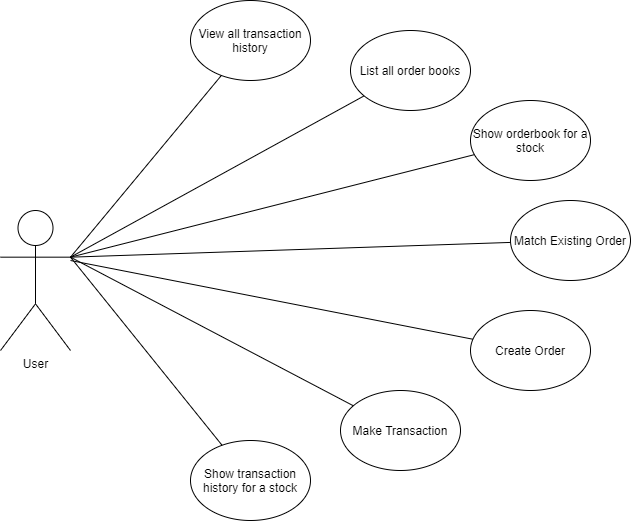
Above: Diagrams/User_Use_View_Diagram_Orderbook.png in RLaraIII/Simple_Orderbook_Application (draw.io), before the change. Source tidied: cells renumbered, new cells last; positions are measured from the earlier drawing's top-left corner, leaving out a move shared by most shapes. Its diagram source:
```xml
<mxGraphModel>
  <root>
    <mxCell id="0" />
    <mxCell id="1" parent="0" />
    <mxCell id="2" value="User" style="shape=umlActor;verticalLabelPosition=bottom;verticalAlign=top;html=1;outlineConnect=0;" parent="1" vertex="1">
      <mxGeometry y="210" width="70" height="140" as="geometry" />
    </mxCell>
    <mxCell id="3" value="Match Existing Order" style="ellipse;whiteSpace=wrap;html=1;" parent="1" vertex="1">
      <mxGeometry x="510" y="200" width="120" height="80" as="geometry" />
    </mxCell>
    <mxCell id="4" value="Create Order" style="ellipse;whiteSpace=wrap;html=1;" parent="1" vertex="1">
      <mxGeometry x="470" y="310" width="120" height="80" as="geometry" />
    </mxCell>
    <mxCell id="5" value="Make Transaction" style="ellipse;whiteSpace=wrap;html=1;" parent="1" vertex="1">
      <mxGeometry x="340" y="390" width="120" height="80" as="geometry" />
    </mxCell>
    <mxCell id="6" value="List all order books" style="ellipse;whiteSpace=wrap;html=1;" parent="1" vertex="1">
      <mxGeometry x="350" y="30" width="120" height="80" as="geometry" />
    </mxCell>
    <mxCell id="7" value="Show orderbook for a stock" style="ellipse;whiteSpace=wrap;html=1;" parent="1" vertex="1">
      <mxGeometry x="470" y="100" width="120" height="80" as="geometry" />
    </mxCell>
    <mxCell id="8" value="Show transaction history for a stock" style="ellipse;whiteSpace=wrap;html=1;" parent="1" vertex="1">
      <mxGeometry x="190" y="440" width="120" height="80" as="geometry" />
    </mxCell>
    <mxCell id="9" style="endArrow=none;html=1;entryX=1;entryY=0.3333333333333333;entryDx=0;entryDy=0;entryPerimeter=0;" parent="1" edge="1" source="6" target="2">
      <mxGeometry relative="1" as="geometry" />
    </mxCell>
    <mxCell id="10" value="View all transaction history" style="ellipse;whiteSpace=wrap;html=1;" parent="1" vertex="1">
      <mxGeometry x="190" width="120" height="80" as="geometry" />
    </mxCell>
    <mxCell id="11" style="endArrow=none;html=1;exitX=1;exitY=0.3333333333333333;exitDx=0;exitDy=0;exitPerimeter=0;" parent="1" edge="1" source="2" target="10">
      <mxGeometry relative="1" as="geometry" />
    </mxCell>
    <mxCell id="12" style="endArrow=none;html=1;entryX=1;entryY=0.3333333333333333;entryDx=0;entryDy=0;entryPerimeter=0;" parent="1" edge="1" source="8" target="2">
      <mxGeometry relative="1" as="geometry" />
    </mxCell>
    <mxCell id="13" style="endArrow=none;html=1;exitX=1;exitY=0.3333333333333333;exitDx=0;exitDy=0;exitPerimeter=0;" parent="1" edge="1" source="2" target="5">
      <mxGeometry relative="1" as="geometry" />
    </mxCell>
    <mxCell id="14" style="endArrow=none;html=1;" parent="1" edge="1" target="4">
      <mxGeometry relative="1" as="geometry">
        <mxPoint x="70" y="260" as="sourcePoint" />
      </mxGeometry>
    </mxCell>
    <mxCell id="15" style="endArrow=none;html=1;exitX=1;exitY=0.3333333333333333;exitDx=0;exitDy=0;exitPerimeter=0;" parent="1" edge="1" source="2" target="3">
      <mxGeometry relative="1" as="geometry" />
    </mxCell>
    <mxCell id="16" style="endArrow=none;html=1;exitX=1;exitY=0.3333333333333333;exitDx=0;exitDy=0;exitPerimeter=0;" parent="1" edge="1" source="2" target="7">
      <mxGeometry relative="1" as="geometry" />
    </mxCell>
  </root>
</mxGraphModel>
```
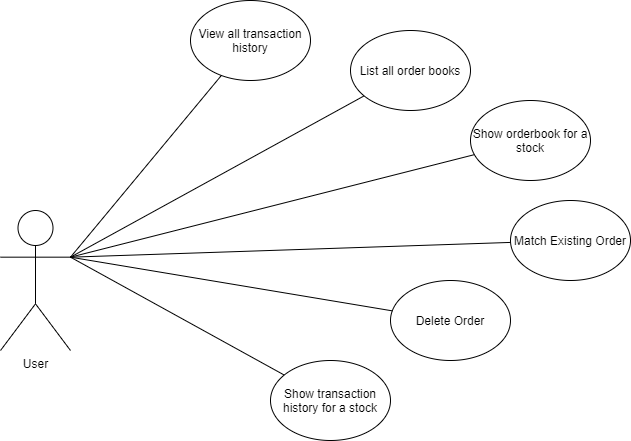
After the commit.

Commit message:
Addition of use view diagram

Change to the diagram source:
```diff
@@ -8,11 +8,8 @@
     <mxCell id="3" value="Match Existing Order" style="ellipse;whiteSpace=wrap;html=1;" parent="1" vertex="1">
       <mxGeometry x="510" y="200" width="120" height="80" as="geometry" />
     </mxCell>
-    <mxCell id="4" value="Create Order" style="ellipse;whiteSpace=wrap;html=1;" parent="1" vertex="1">
-      <mxGeometry x="470" y="310" width="120" height="80" as="geometry" />
-    </mxCell>
-    <mxCell id="5" value="Make Transaction" style="ellipse;whiteSpace=wrap;html=1;" parent="1" vertex="1">
-      <mxGeometry x="340" y="390" width="120" height="80" as="geometry" />
+    <mxCell id="5" value="Delete Order" style="ellipse;whiteSpace=wrap;html=1;" parent="1" vertex="1">
+      <mxGeometry x="390" y="280" width="120" height="80" as="geometry" />
     </mxCell>
     <mxCell id="6" value="List all order books" style="ellipse;whiteSpace=wrap;html=1;" parent="1" vertex="1">
       <mxGeometry x="350" y="30" width="120" height="80" as="geometry" />
@@ -21,7 +18,7 @@
       <mxGeometry x="470" y="100" width="120" height="80" as="geometry" />
     </mxCell>
     <mxCell id="8" value="Show transaction history for a stock" style="ellipse;whiteSpace=wrap;html=1;" parent="1" vertex="1">
-      <mxGeometry x="190" y="440" width="120" height="80" as="geometry" />
+      <mxGeometry x="270" y="360" width="120" height="80" as="geometry" />
     </mxCell>
     <mxCell id="9" style="endArrow=none;html=1;entryX=1;entryY=0.3333333333333333;entryDx=0;entryDy=0;entryPerimeter=0;" parent="1" edge="1" source="6" target="2">
       <mxGeometry relative="1" as="geometry" />
@@ -38,11 +35,6 @@
     <mxCell id="13" style="endArrow=none;html=1;exitX=1;exitY=0.3333333333333333;exitDx=0;exitDy=0;exitPerimeter=0;" parent="1" edge="1" source="2" target="5">
       <mxGeometry relative="1" as="geometry" />
     </mxCell>
-    <mxCell id="14" style="endArrow=none;html=1;" parent="1" edge="1" target="4">
-      <mxGeometry relative="1" as="geometry">
-        <mxPoint x="70" y="260" as="sourcePoint" />
-      </mxGeometry>
-    </mxCell>
     <mxCell id="15" style="endArrow=none;html=1;exitX=1;exitY=0.3333333333333333;exitDx=0;exitDy=0;exitPerimeter=0;" parent="1" edge="1" source="2" target="3">
       <mxGeometry relative="1" as="geometry" />
     </mxCell>
```
